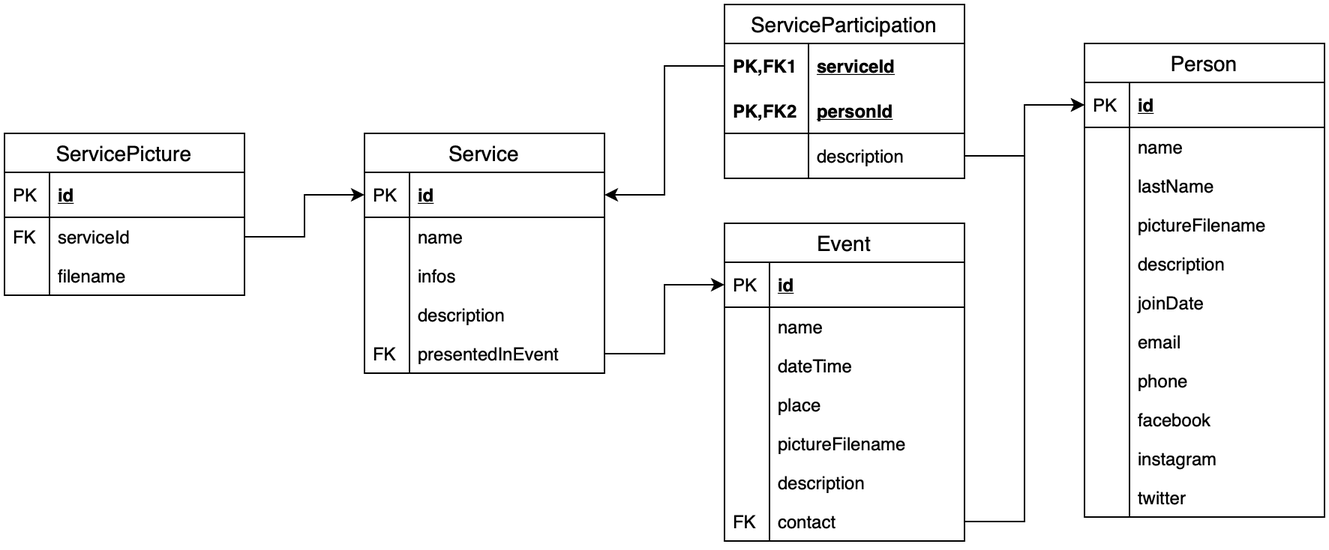
This is DesignDocument/figures/DB/RelationalTables.png from Alenichel/CodiglioniDellOglioNichelini-HypermediaProject, a draw.io export, as it was before one commit. Source tidied: cells renumbered, new cells last; positions are measured from the earlier drawing's top-left corner, leaving out a move shared by most shapes.
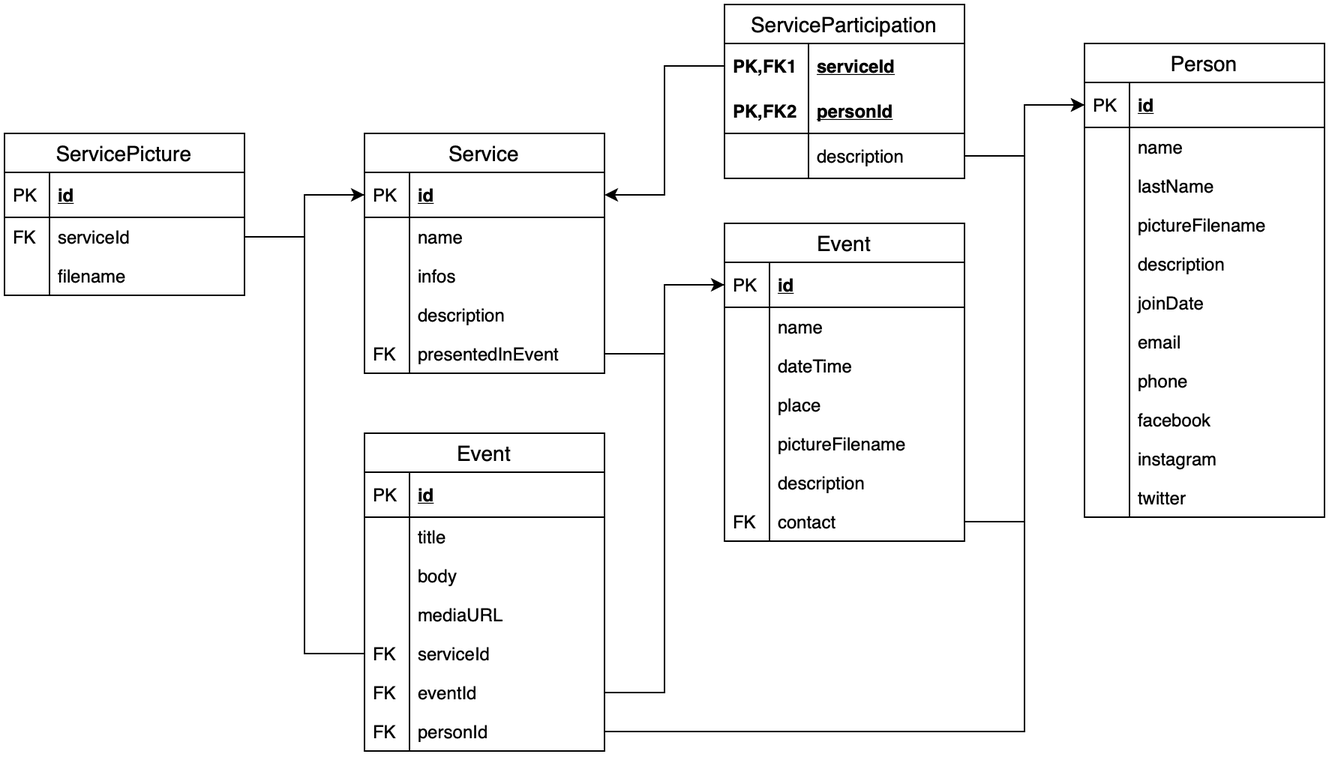
After the change.

What changed in the source:
```diff
@@ -211,5 +211,69 @@
     <mxCell id="69" style="shape=partialRectangle;top=0;left=0;bottom=0;fillColor=none;align=left;verticalAlign=top;spacingLeft=4;spacingRight=4;overflow=hidden;fontSize=12;" parent="68" vertex="1">
       <mxGeometry width="30" height="26" as="geometry" />
     </mxCell>
+    <mxCell id="70" value="Event" style="swimlane;fontStyle=0;horizontal=1;startSize=26;align=center;fontSize=14;" parent="1" vertex="1">
+      <mxGeometry x="240" y="286" width="160" height="212" as="geometry" />
+    </mxCell>
+    <mxCell id="71" value="id" style="shape=partialRectangle;top=0;left=0;right=0;bottom=1;align=left;verticalAlign=middle;fillColor=none;spacingLeft=34;spacingRight=4;overflow=hidden;fontStyle=5;fontSize=12;" parent="70" vertex="1">
+      <mxGeometry y="26" width="160" height="30" as="geometry" />
+    </mxCell>
+    <mxCell id="72" value="PK" style="shape=partialRectangle;top=0;left=0;bottom=0;fillColor=none;align=left;verticalAlign=middle;spacingLeft=4;spacingRight=4;overflow=hidden;fontSize=12;" parent="71" vertex="1">
+      <mxGeometry width="30" height="30" as="geometry" />
+    </mxCell>
+    <mxCell id="73" value="title" style="shape=partialRectangle;top=0;left=0;right=0;bottom=0;align=left;verticalAlign=top;fillColor=none;spacingLeft=34;spacingRight=4;overflow=hidden;fontSize=12;" parent="70" vertex="1">
+      <mxGeometry y="56" width="160" height="26" as="geometry" />
+    </mxCell>
+    <mxCell id="74" style="shape=partialRectangle;top=0;left=0;bottom=0;fillColor=none;align=left;verticalAlign=top;spacingLeft=4;spacingRight=4;overflow=hidden;fontSize=12;" parent="73" vertex="1">
+      <mxGeometry width="30" height="26" as="geometry" />
+    </mxCell>
+    <mxCell id="75" value="body" style="shape=partialRectangle;top=0;left=0;right=0;bottom=0;align=left;verticalAlign=top;fillColor=none;spacingLeft=34;spacingRight=4;overflow=hidden;fontSize=12;" parent="70" vertex="1">
+      <mxGeometry y="82" width="160" height="26" as="geometry" />
+    </mxCell>
+    <mxCell id="76" style="shape=partialRectangle;top=0;left=0;bottom=0;fillColor=none;align=left;verticalAlign=top;spacingLeft=4;spacingRight=4;overflow=hidden;fontSize=12;" parent="75" vertex="1">
+      <mxGeometry width="30" height="26" as="geometry" />
+    </mxCell>
+    <mxCell id="77" value="mediaURL" style="shape=partialRectangle;top=0;left=0;right=0;bottom=0;align=left;verticalAlign=top;fillColor=none;spacingLeft=34;spacingRight=4;overflow=hidden;fontSize=12;" parent="70" vertex="1">
+      <mxGeometry y="108" width="160" height="26" as="geometry" />
+    </mxCell>
+    <mxCell id="78" style="shape=partialRectangle;top=0;left=0;bottom=0;fillColor=none;align=left;verticalAlign=top;spacingLeft=4;spacingRight=4;overflow=hidden;fontSize=12;" parent="77" vertex="1">
+      <mxGeometry width="30" height="26" as="geometry" />
+    </mxCell>
+    <mxCell id="79" value="serviceId" style="shape=partialRectangle;top=0;left=0;right=0;bottom=0;align=left;verticalAlign=top;fillColor=none;spacingLeft=34;spacingRight=4;overflow=hidden;points=[[0,0.5],[1,0.5]];portConstraint=eastwest;fontSize=12;" parent="70" vertex="1">
+      <mxGeometry y="134" width="160" height="26" as="geometry" />
+    </mxCell>
+    <mxCell id="80" value="FK" style="shape=partialRectangle;top=0;left=0;bottom=0;fillColor=none;align=left;verticalAlign=top;spacingLeft=4;spacingRight=4;overflow=hidden;fontSize=12;" parent="79" vertex="1">
+      <mxGeometry width="30" height="26" as="geometry" />
+    </mxCell>
+    <mxCell id="81" value="eventId" style="shape=partialRectangle;top=0;left=0;right=0;bottom=0;align=left;verticalAlign=top;fillColor=none;spacingLeft=34;spacingRight=4;overflow=hidden;points=[[0,0.5],[1,0.5]];portConstraint=eastwest;fontSize=12;" parent="70" vertex="1">
+      <mxGeometry y="160" width="160" height="26" as="geometry" />
+    </mxCell>
+    <mxCell id="82" value="FK" style="shape=partialRectangle;top=0;left=0;bottom=0;fillColor=none;align=left;verticalAlign=top;spacingLeft=4;spacingRight=4;overflow=hidden;fontSize=12;" parent="81" vertex="1">
+      <mxGeometry width="30" height="26" as="geometry" />
+    </mxCell>
+    <mxCell id="83" value="personId" style="shape=partialRectangle;top=0;left=0;right=0;bottom=0;align=left;verticalAlign=top;fillColor=none;spacingLeft=34;spacingRight=4;overflow=hidden;points=[[0,0.5],[1,0.5]];portConstraint=eastwest;fontSize=12;" parent="70" vertex="1">
+      <mxGeometry y="186" width="160" height="26" as="geometry" />
+    </mxCell>
+    <mxCell id="84" value="FK" style="shape=partialRectangle;top=0;left=0;bottom=0;fillColor=none;align=left;verticalAlign=top;spacingLeft=4;spacingRight=4;overflow=hidden;fontSize=12;" parent="83" vertex="1">
+      <mxGeometry width="30" height="26" as="geometry" />
+    </mxCell>
+    <mxCell id="85" style="edgeStyle=orthogonalEdgeStyle;rounded=0;jettySize=auto;html=1;exitX=0;exitY=0.5;exitDx=0;exitDy=0;entryX=0;entryY=0.5;entryDx=0;entryDy=0;endArrow=none;endFill=0;" parent="1" edge="1" source="79" target="5">
+      <mxGeometry relative="1" as="geometry">
+        <Array as="points">
+          <mxPoint x="200" y="433" />
+          <mxPoint x="200" y="127" />
+        </Array>
+      </mxGeometry>
+    </mxCell>
+    <mxCell id="86" style="edgeStyle=orthogonalEdgeStyle;rounded=0;jettySize=auto;html=1;exitX=1;exitY=0.5;exitDx=0;exitDy=0;entryX=0;entryY=0.5;entryDx=0;entryDy=0;endArrow=none;endFill=0;" parent="1" edge="1" source="81" target="33">
+      <mxGeometry relative="1" as="geometry" />
+    </mxCell>
+    <mxCell id="87" style="edgeStyle=orthogonalEdgeStyle;rounded=0;jettySize=auto;html=1;exitX=1;exitY=0.5;exitDx=0;exitDy=0;entryX=0;entryY=0.5;entryDx=0;entryDy=0;endArrow=none;endFill=0;" parent="1" edge="1" source="83" target="48">
+      <mxGeometry relative="1" as="geometry">
+        <Array as="points">
+          <mxPoint x="680" y="485" />
+          <mxPoint x="680" y="67" />
+        </Array>
+      </mxGeometry>
+    </mxCell>
   </root>
 </mxGraphModel>
```
